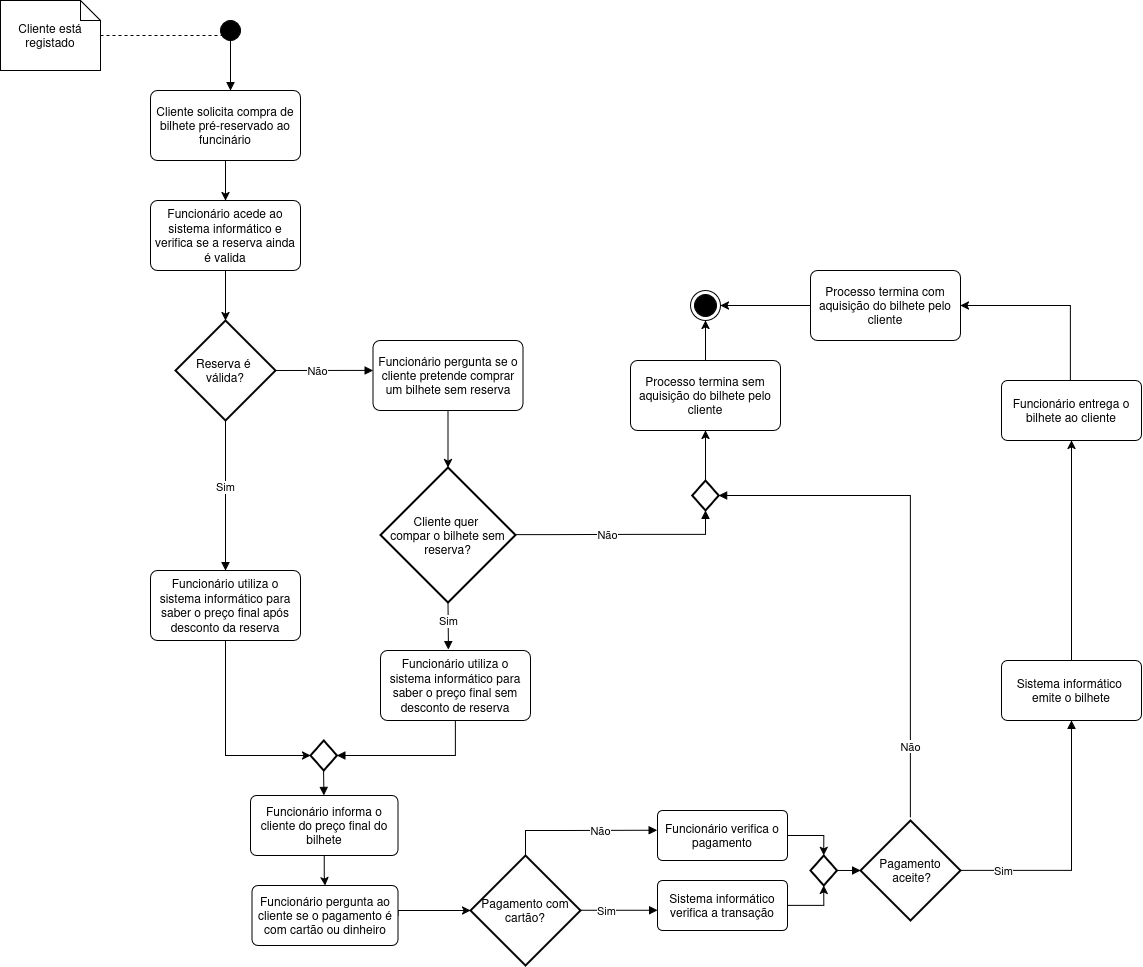
Above: UML_Atividades.drawio.png in leorsd/ESOF_UML (draw.io), before the change. Source tidied: cells renumbered, new cells last; positions are measured from the earlier drawing's top-left corner, leaving out a move shared by most shapes.
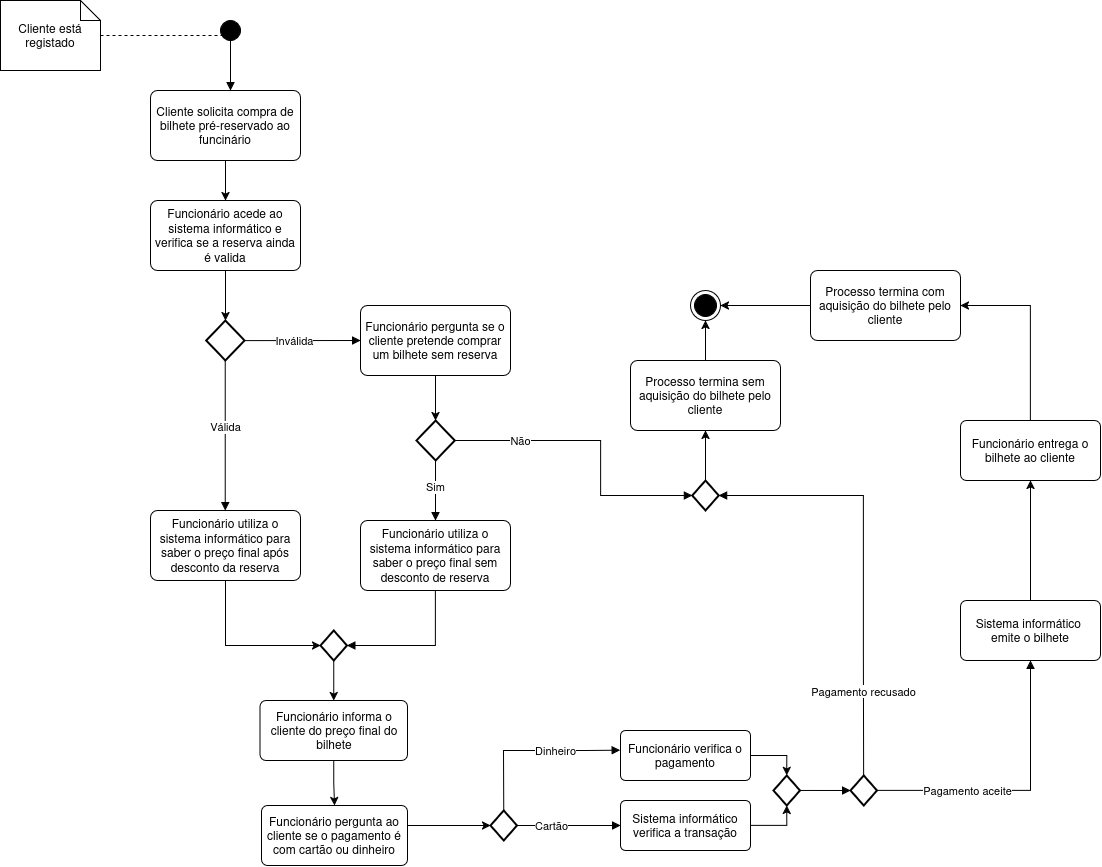
After the commit.

Change to the diagram source:
```diff
@@ -25,109 +25,96 @@
     <mxCell id="7" value="Funcionário acede ao sistema informático e verifica se a reserva ainda é valida" style="rounded=1;arcSize=10;whiteSpace=wrap;html=1;align=center;" parent="1" vertex="1">
       <mxGeometry x="150" y="200" width="150" height="70" as="geometry" />
     </mxCell>
-    <mxCell id="8" value="&lt;div&gt;Reserva é&amp;nbsp;&lt;/div&gt;&lt;div&gt;válida?&lt;/div&gt;" style="strokeWidth=2;html=1;shape=mxgraph.flowchart.decision;whiteSpace=wrap;" parent="1" vertex="1">
-      <mxGeometry x="175" y="320" width="100" height="100" as="geometry" />
-    </mxCell>
-    <mxCell id="9" style="edgeStyle=orthogonalEdgeStyle;rounded=0;jettySize=auto;html=1;entryX=0.5;entryY=0;entryDx=0;entryDy=0;entryPerimeter=0;" parent="1" edge="1" source="7" target="8">
-      <mxGeometry relative="1" as="geometry" />
+    <mxCell id="9" style="edgeStyle=orthogonalEdgeStyle;rounded=0;jettySize=auto;html=1;entryX=0.5;entryY=0;entryDx=0;entryDy=0;entryPerimeter=0;" parent="1" edge="1" source="7">
+      <mxGeometry relative="1" as="geometry">
+        <mxPoint x="225" y="320" as="targetPoint" />
+      </mxGeometry>
     </mxCell>
-    <mxCell id="10" value="Sim" style="html=1;verticalAlign=bottom;endArrow=block;curved=0;rounded=0;exitX=0.5;exitY=1;exitDx=0;exitDy=0;exitPerimeter=0;entryX=0.5;entryY=0;entryDx=0;entryDy=0;" parent="1" edge="1" source="8" target="18">
-      <mxGeometry relative="1" as="geometry" />
+    <mxCell id="10" value="Válida" style="html=1;verticalAlign=bottom;endArrow=block;curved=0;rounded=0;exitX=0.5;exitY=1;exitDx=0;exitDy=0;exitPerimeter=0;entryX=0.5;entryY=0;entryDx=0;entryDy=0;" parent="1" edge="1">
+      <mxGeometry relative="1" as="geometry">
+        <mxPoint x="224.7" y="360" as="sourcePoint" />
+        <mxPoint x="224.7" y="510" as="targetPoint" />
+      </mxGeometry>
     </mxCell>
-    <mxCell id="11" value="Não" style="endArrow=block;endSize=6;endFill=1;html=1;rounded=0;exitX=1;exitY=0.5;exitDx=0;exitDy=0;exitPerimeter=0;entryX=0.001;entryY=0.427;entryDx=0;entryDy=0;entryPerimeter=0;" parent="1" edge="1" source="8" target="13">
-      <mxGeometry x="-0.14" relative="1" as="geometry" />
+    <mxCell id="11" value="Inválida" style="endArrow=block;endSize=6;endFill=1;html=1;rounded=0;exitX=1;exitY=0.5;exitDx=0;exitDy=0;exitPerimeter=0;entryX=0;entryY=0.5;entryDx=0;entryDy=0;" parent="1" edge="1" target="13">
+      <mxGeometry x="-0.14" relative="1" as="geometry">
+        <mxPoint x="244.1" y="340.1" as="sourcePoint" />
+      </mxGeometry>
     </mxCell>
-    <mxCell id="12" style="edgeStyle=orthogonalEdgeStyle;rounded=0;jettySize=auto;html=1;" parent="1" edge="1" source="13" target="14">
-      <mxGeometry relative="1" as="geometry" />
-    </mxCell>
+    <mxCell id="50" style="edgeStyle=orthogonalEdgeStyle;rounded=0;jettySize=auto;html=1;" parent="1" edge="1" source="13" target="53">
+      <mxGeometry relative="1" as="geometry" />
+    </mxCell>
     <mxCell id="13" value="Funcionário pergunta se o cliente pretende comprar um bilhete sem reserva" style="rounded=1;arcSize=10;whiteSpace=wrap;html=1;align=center;" parent="1" vertex="1">
-      <mxGeometry x="372.5" y="340" width="150" height="70" as="geometry" />
+      <mxGeometry x="360" y="305" width="150" height="70" as="geometry" />
     </mxCell>
-    <mxCell id="14" value="&lt;div&gt;Cliente quer&amp;nbsp;&lt;/div&gt;&lt;div&gt;compar o bilhete sem reserva?&lt;/div&gt;" style="strokeWidth=2;html=1;shape=mxgraph.flowchart.decision;whiteSpace=wrap;" parent="1" vertex="1">
-      <mxGeometry x="380" y="467" width="135" height="135" as="geometry" />
-    </mxCell>
-    <mxCell id="15" value="Não" style="endArrow=block;endSize=6;endFill=1;html=1;rounded=0;exitX=1;exitY=0.5;exitDx=0;exitDy=0;exitPerimeter=0;entryX=0.5;entryY=1;entryDx=0;entryDy=0;entryPerimeter=0;" parent="1" edge="1" target="49">
-      <mxGeometry x="-0.14" relative="1" as="geometry">
-        <mxPoint x="515" y="534.3" as="sourcePoint" />
+    <mxCell id="15" value="Não" style="endArrow=block;endSize=6;endFill=1;html=1;rounded=0;exitX=1;exitY=0.5;exitDx=0;exitDy=0;exitPerimeter=0;entryX=0;entryY=0.5;entryDx=0;entryDy=0;entryPerimeter=0;" parent="1" edge="1" target="49">
+      <mxGeometry x="-0.55" relative="1" as="geometry">
+        <mxPoint x="454.1" y="440" as="sourcePoint" />
         <Array as="points">
-          <mxPoint x="550" y="534.3" />
-          <mxPoint x="632.5" y="534" />
-          <mxPoint x="705" y="534" />
+          <mxPoint x="489.1" y="440" />
+          <mxPoint x="600" y="440" />
+          <mxPoint x="600" y="495" />
         </Array>
       </mxGeometry>
     </mxCell>
-    <mxCell id="16" value="Sim" style="html=1;verticalAlign=bottom;endArrow=block;curved=0;rounded=0;exitX=0.5;exitY=1;exitDx=0;exitDy=0;exitPerimeter=0;entryX=0.453;entryY=-0.011;entryDx=0;entryDy=0;entryPerimeter=0;" parent="1" edge="1" source="14" target="21">
+    <mxCell id="16" value="Sim" style="html=1;verticalAlign=bottom;endArrow=block;curved=0;rounded=0;exitX=0.5;exitY=1;exitDx=0;exitDy=0;exitPerimeter=0;entryX=0.5;entryY=0;entryDx=0;entryDy=0;" parent="1" edge="1" source="53" target="21">
       <mxGeometry x="0.19" relative="1" as="geometry" />
     </mxCell>
     <mxCell id="17" style="edgeStyle=orthogonalEdgeStyle;rounded=0;jettySize=auto;html=1;entryX=0;entryY=0.5;entryDx=0;entryDy=0;entryPerimeter=0;" parent="1" edge="1" source="18" target="47">
       <mxGeometry relative="1" as="geometry">
         <Array as="points">
-          <mxPoint x="225" y="755" />
+          <mxPoint x="225" y="645" />
         </Array>
       </mxGeometry>
     </mxCell>
     <mxCell id="18" value="Funcionário utiliza o sistema informático para saber o preço final após desconto da reserva" style="rounded=1;arcSize=10;whiteSpace=wrap;html=1;align=center;" parent="1" vertex="1">
-      <mxGeometry x="150" y="570" width="150" height="70" as="geometry" />
+      <mxGeometry x="150" y="510" width="150" height="70" as="geometry" />
     </mxCell>
     <mxCell id="19" style="edgeStyle=orthogonalEdgeStyle;rounded=0;jettySize=auto;html=1;" parent="1" edge="1" source="20" target="45">
       <mxGeometry relative="1" as="geometry" />
     </mxCell>
     <mxCell id="20" value="Funcionário informa o cliente do preço final do bilhete " style="rounded=1;arcSize=10;whiteSpace=wrap;html=1;align=center;" parent="1" vertex="1">
-      <mxGeometry x="250" y="795" width="147.5" height="60" as="geometry" />
+      <mxGeometry x="259.5" y="700" width="147.5" height="60" as="geometry" />
     </mxCell>
     <mxCell id="21" value="Funcionário utiliza o sistema informático para saber o preço final sem desconto de reserva" style="rounded=1;arcSize=10;whiteSpace=wrap;html=1;align=center;" parent="1" vertex="1">
-      <mxGeometry x="380" y="650" width="150" height="70" as="geometry" />
+      <mxGeometry x="360" y="520" width="150" height="70" as="geometry" />
     </mxCell>
     <mxCell id="22" style="endArrow=block;html=1;rounded=0;exitX=0.5;exitY=1;exitDx=0;exitDy=0;endFill=1;entryX=1;entryY=0.5;entryDx=0;entryDy=0;entryPerimeter=0;" parent="1" edge="1" source="21" target="47">
       <mxGeometry relative="1" as="geometry">
         <Array as="points">
-          <mxPoint x="455" y="755" />
+          <mxPoint x="435" y="645" />
         </Array>
       </mxGeometry>
     </mxCell>
-    <mxCell id="23" style="endArrow=block;html=1;rounded=0;endFill=1;entryX=0.518;entryY=0.003;entryDx=0;entryDy=0;entryPerimeter=0;" parent="1" edge="1">
-      <mxGeometry relative="1" as="geometry">
-        <mxPoint x="323.1" y="769.8" as="sourcePoint" />
-        <mxPoint x="323.5" y="795" as="targetPoint" />
-      </mxGeometry>
-    </mxCell>
-    <mxCell id="24" value="Pagamento com cartão?" style="strokeWidth=2;html=1;shape=mxgraph.flowchart.decision;whiteSpace=wrap;" parent="1" vertex="1">
-      <mxGeometry x="470" y="855" width="110" height="110" as="geometry" />
-    </mxCell>
-    <mxCell id="25" style="edgeStyle=orthogonalEdgeStyle;rounded=0;jettySize=auto;html=1;entryX=0;entryY=0.5;entryDx=0;entryDy=0;entryPerimeter=0;exitX=1;exitY=0.5;exitDx=0;exitDy=0;" parent="1" edge="1" source="45" target="24">
+    <mxCell id="25" style="edgeStyle=orthogonalEdgeStyle;rounded=0;jettySize=auto;html=1;entryX=0;entryY=0.5;entryDx=0;entryDy=0;entryPerimeter=0;exitX=1;exitY=0.5;exitDx=0;exitDy=0;" parent="1" edge="1" source="45" target="54">
       <mxGeometry relative="1" as="geometry">
         <Array as="points">
-          <mxPoint x="398" y="910" />
+          <mxPoint x="407" y="825" />
         </Array>
       </mxGeometry>
     </mxCell>
-    <mxCell id="26" value="Não" style="endArrow=block;endSize=6;endFill=1;html=1;rounded=0;exitX=0.5;exitY=0;exitDx=0;exitDy=0;exitPerimeter=0;entryX=-0.002;entryY=0.394;entryDx=0;entryDy=0;entryPerimeter=0;" parent="1" edge="1" source="24" target="36">
+    <mxCell id="26" value="Dinheiro" style="endArrow=block;endSize=6;endFill=1;html=1;rounded=0;exitX=0.5;exitY=0;exitDx=0;exitDy=0;exitPerimeter=0;entryX=-0.002;entryY=0.394;entryDx=0;entryDy=0;entryPerimeter=0;" parent="1" edge="1" source="54" target="36">
       <mxGeometry x="0.27" relative="1" as="geometry">
         <Array as="points">
-          <mxPoint x="525" y="830" />
-          <mxPoint x="565" y="830" />
+          <mxPoint x="503" y="750" />
+          <mxPoint x="585" y="750" />
         </Array>
       </mxGeometry>
     </mxCell>
-    <mxCell id="27" value="&lt;div&gt;Pagamento&lt;/div&gt;&lt;div&gt;&amp;nbsp;aceite?&lt;/div&gt;" style="strokeWidth=2;html=1;shape=mxgraph.flowchart.decision;whiteSpace=wrap;" parent="1" vertex="1">
-      <mxGeometry x="860" y="820" width="100" height="100" as="geometry" />
-    </mxCell>
     <mxCell id="28" style="ellipse;html=1;shape=endState;fillColor=#000000;strokeColor=#000000;" parent="1" vertex="1">
       <mxGeometry x="690" y="290" width="30" height="30" as="geometry" />
     </mxCell>
-    <mxCell id="29" style="endArrow=block;html=1;rounded=0;endFill=1;exitX=0.545;exitY=0.237;exitDx=0;exitDy=0;exitPerimeter=0;" parent="1" edge="1">
+    <mxCell id="29" style="endArrow=block;html=1;rounded=0;endFill=1;exitX=0.545;exitY=0.237;exitDx=0;exitDy=0;exitPerimeter=0;entryX=0;entryY=0.5;entryDx=0;entryDy=0;entryPerimeter=0;" parent="1" edge="1" target="55">
       <mxGeometry relative="1" as="geometry">
-        <mxPoint x="827.6" y="869.9" as="sourcePoint" />
-        <mxPoint x="860" y="870" as="targetPoint" />
+        <mxPoint x="790.6" y="789.9" as="sourcePoint" />
       </mxGeometry>
     </mxCell>
-    <mxCell id="30" value="Sim" style="endArrow=block;endSize=6;endFill=1;html=1;rounded=0;entryX=0.5;entryY=1;entryDx=0;entryDy=0;exitX=1;exitY=0.5;exitDx=0;exitDy=0;exitPerimeter=0;" parent="1" edge="1" source="27">
-      <mxGeometry x="-0.67" relative="1" as="geometry">
-        <mxPoint x="1071" y="720" as="targetPoint" />
+    <mxCell id="30" value="Pagamento aceite" style="endArrow=block;endSize=6;endFill=1;html=1;rounded=0;exitX=1;exitY=0.5;exitDx=0;exitDy=0;exitPerimeter=0;" parent="1" edge="1" source="55">
+      <mxGeometry x="-0.37" relative="1" as="geometry">
+        <mxPoint x="1030" y="660" as="targetPoint" />
         <Array as="points">
-          <mxPoint x="1071" y="870" />
-          <mxPoint x="1071" y="800" />
-          <mxPoint x="1071" y="740" />
+          <mxPoint x="990" y="790" />
+          <mxPoint x="1030" y="790" />
         </Array>
       </mxGeometry>
     </mxCell>
@@ -135,31 +122,28 @@
       <mxGeometry relative="1" as="geometry" />
     </mxCell>
     <mxCell id="32" value="&lt;div&gt;Sistema informático&amp;nbsp;&lt;/div&gt;&lt;div&gt;emite o bilhete&lt;/div&gt;" style="rounded=1;arcSize=10;whiteSpace=wrap;html=1;align=center;" parent="1" vertex="1">
-      <mxGeometry x="1001" y="660" width="140" height="60" as="geometry" />
+      <mxGeometry x="960" y="600" width="140" height="60" as="geometry" />
     </mxCell>
     <mxCell id="33" style="edgeStyle=orthogonalEdgeStyle;rounded=0;jettySize=auto;html=1;entryX=1;entryY=0.5;entryDx=0;entryDy=0;" parent="1" edge="1" source="43" target="28">
       <mxGeometry relative="1" as="geometry" />
     </mxCell>
     <mxCell id="34" value="Funcionário entrega o bilhete ao cliente" style="rounded=1;arcSize=10;whiteSpace=wrap;html=1;align=center;" parent="1" vertex="1">
-      <mxGeometry x="1001" y="380" width="140" height="60" as="geometry" />
+      <mxGeometry x="960" y="420" width="140" height="60" as="geometry" />
     </mxCell>
     <mxCell id="35" style="edgeStyle=orthogonalEdgeStyle;rounded=0;jettySize=auto;html=1;entryX=0.5;entryY=0;entryDx=0;entryDy=0;entryPerimeter=0;" parent="1" edge="1" source="36" target="48">
       <mxGeometry relative="1" as="geometry" />
     </mxCell>
     <mxCell id="36" value="Funcionário verifica o pagamento" style="rounded=1;arcSize=10;whiteSpace=wrap;html=1;align=center;" parent="1" vertex="1">
-      <mxGeometry x="657" y="810" width="130" height="50" as="geometry" />
+      <mxGeometry x="620" y="730" width="130" height="50" as="geometry" />
     </mxCell>
     <mxCell id="37" style="edgeStyle=orthogonalEdgeStyle;rounded=0;jettySize=auto;html=1;entryX=0.5;entryY=1;entryDx=0;entryDy=0;entryPerimeter=0;" parent="1" edge="1" source="38" target="48">
       <mxGeometry relative="1" as="geometry" />
     </mxCell>
     <mxCell id="38" value="Sistema informático verifica a transação" style="rounded=1;arcSize=10;whiteSpace=wrap;html=1;align=center;" parent="1" vertex="1">
-      <mxGeometry x="657" y="880" width="130" height="50" as="geometry" />
+      <mxGeometry x="620" y="800" width="130" height="50" as="geometry" />
     </mxCell>
-    <mxCell id="39" value="Sim" style="endArrow=block;endSize=6;endFill=1;html=1;rounded=0;exitX=1;exitY=0.5;exitDx=0;exitDy=0;exitPerimeter=0;entryX=0;entryY=0.5;entryDx=0;entryDy=0;" parent="1" edge="1">
-      <mxGeometry x="-0.33" relative="1" as="geometry">
-        <mxPoint x="580" y="909.8" as="sourcePoint" />
-        <mxPoint x="657" y="909.8" as="targetPoint" />
-      </mxGeometry>
+    <mxCell id="39" value="Cartão" style="endArrow=block;endSize=6;endFill=1;html=1;rounded=0;entryX=0;entryY=0.5;entryDx=0;entryDy=0;" parent="1" edge="1" source="54" target="38">
+      <mxGeometry x="-0.33" relative="1" as="geometry" />
     </mxCell>
     <mxCell id="40" style="edgeStyle=orthogonalEdgeStyle;rounded=0;jettySize=auto;html=1;entryX=0.5;entryY=1;entryDx=0;entryDy=0;" parent="1" edge="1" source="41" target="28">
       <mxGeometry relative="1" as="geometry" />
@@ -167,10 +151,10 @@
     <mxCell id="41" value="&lt;div&gt;Processo termina sem&lt;/div&gt;&lt;div&gt;aquisição do bilhete pelo cliente&lt;/div&gt;" style="rounded=1;arcSize=10;whiteSpace=wrap;html=1;align=center;" parent="1" vertex="1">
       <mxGeometry x="630" y="360" width="150" height="70" as="geometry" />
     </mxCell>
-    <mxCell id="42" style="edgeStyle=orthogonalEdgeStyle;rounded=0;jettySize=auto;html=1;entryX=1;entryY=0.5;entryDx=0;entryDy=0;" parent="1" edge="1" source="34" target="43">
+    <mxCell id="42" style="edgeStyle=orthogonalEdgeStyle;rounded=0;jettySize=auto;html=1;entryX=1;entryY=0.5;entryDx=0;entryDy=0;exitX=0.5;exitY=0;exitDx=0;exitDy=0;" parent="1" edge="1" source="34" target="43">
       <mxGeometry relative="1" as="geometry">
         <Array as="points">
-          <mxPoint x="1070" y="305" />
+          <mxPoint x="1030" y="305" />
         </Array>
       </mxGeometry>
     </mxCell>
@@ -183,27 +167,42 @@
       </mxGeometry>
     </mxCell>
     <mxCell id="45" value="Funcionário pergunta ao cliente se o pagamento é com cartão ou dinheiro " style="rounded=1;arcSize=10;whiteSpace=wrap;html=1;align=center;" parent="1" vertex="1">
-      <mxGeometry x="251.5" y="885" width="146" height="60" as="geometry" />
+      <mxGeometry x="261" y="805" width="146" height="60" as="geometry" />
     </mxCell>
-    <mxCell id="46" value="Não" style="endArrow=block;endSize=6;endFill=1;html=1;rounded=0;entryX=1;entryY=0.5;entryDx=0;entryDy=0;entryPerimeter=0;" parent="1" edge="1" target="49">
-      <mxGeometry x="-0.73" relative="1" as="geometry">
-        <mxPoint x="910" y="817" as="sourcePoint" />
+    <mxCell id="46" value="Pagamento recusado" style="endArrow=block;endSize=6;endFill=1;html=1;rounded=0;entryX=1;entryY=0.5;entryDx=0;entryDy=0;entryPerimeter=0;exitX=0.5;exitY=0;exitDx=0;exitDy=0;exitPerimeter=0;" parent="1" edge="1" source="55" target="49">
+      <mxGeometry x="-0.6" relative="1" as="geometry">
         <Array as="points">
-          <mxPoint x="910" y="750" />
-          <mxPoint x="910" y="550" />
-          <mxPoint x="910" y="495" />
+          <mxPoint x="863" y="650" />
+          <mxPoint x="863" y="570" />
+          <mxPoint x="863" y="530" />
+          <mxPoint x="863" y="495" />
           <mxPoint x="830" y="495" />
         </Array>
       </mxGeometry>
     </mxCell>
+    <mxCell id="51" style="edgeStyle=orthogonalEdgeStyle;rounded=0;jettySize=auto;html=1;" parent="1" edge="1" source="47" target="20">
+      <mxGeometry relative="1" as="geometry" />
+    </mxCell>
     <mxCell id="47" style="strokeWidth=2;html=1;shape=mxgraph.flowchart.decision;whiteSpace=wrap;" parent="1" vertex="1">
-      <mxGeometry x="310" y="740" width="26.5" height="30" as="geometry" />
+      <mxGeometry x="320" y="630" width="26.5" height="30" as="geometry" />
     </mxCell>
     <mxCell id="48" style="strokeWidth=2;html=1;shape=mxgraph.flowchart.decision;whiteSpace=wrap;" parent="1" vertex="1">
-      <mxGeometry x="810" y="855" width="26.5" height="30" as="geometry" />
+      <mxGeometry x="773" y="775" width="26.5" height="30" as="geometry" />
     </mxCell>
     <mxCell id="49" style="strokeWidth=2;html=1;shape=mxgraph.flowchart.decision;whiteSpace=wrap;" parent="1" vertex="1">
       <mxGeometry x="691.8" y="480" width="26.5" height="30" as="geometry" />
     </mxCell>
+    <mxCell id="52" style="strokeWidth=2;html=1;shape=mxgraph.flowchart.decision;whiteSpace=wrap;" parent="1" vertex="1">
+      <mxGeometry x="205.9" y="320" width="38.2" height="40" as="geometry" />
+    </mxCell>
+    <mxCell id="53" style="strokeWidth=2;html=1;shape=mxgraph.flowchart.decision;whiteSpace=wrap;" parent="1" vertex="1">
+      <mxGeometry x="415.9" y="420" width="38.2" height="40" as="geometry" />
+    </mxCell>
+    <mxCell id="54" style="strokeWidth=2;html=1;shape=mxgraph.flowchart.decision;whiteSpace=wrap;" parent="1" vertex="1">
+      <mxGeometry x="490" y="810" width="26.5" height="30" as="geometry" />
+    </mxCell>
+    <mxCell id="55" style="strokeWidth=2;html=1;shape=mxgraph.flowchart.decision;whiteSpace=wrap;" parent="1" vertex="1">
+      <mxGeometry x="850" y="775" width="26.5" height="30" as="geometry" />
+    </mxCell>
   </root>
 </mxGraphModel>
```
